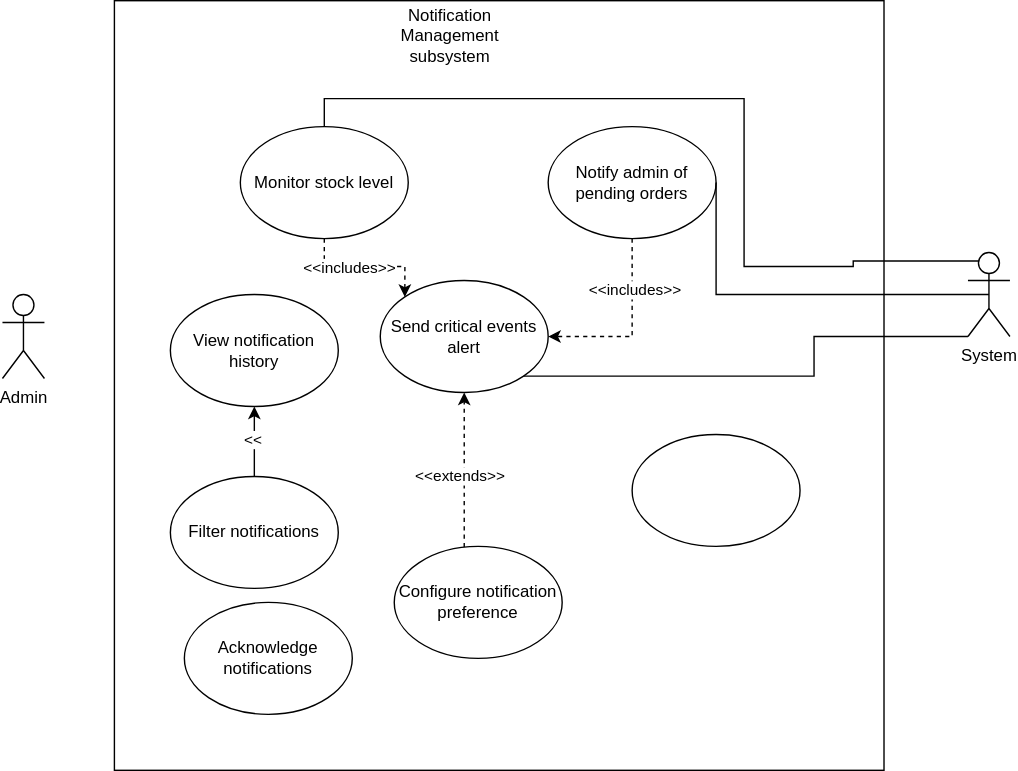
Simamkele88/IFM3_GP keeps this draw.io diagram as usecase1.svg. Above is the earlier version. Source tidied: cells renumbered, new cells last; positions are measured from the earlier drawing's top-left corner, leaving out a move shared by most shapes.
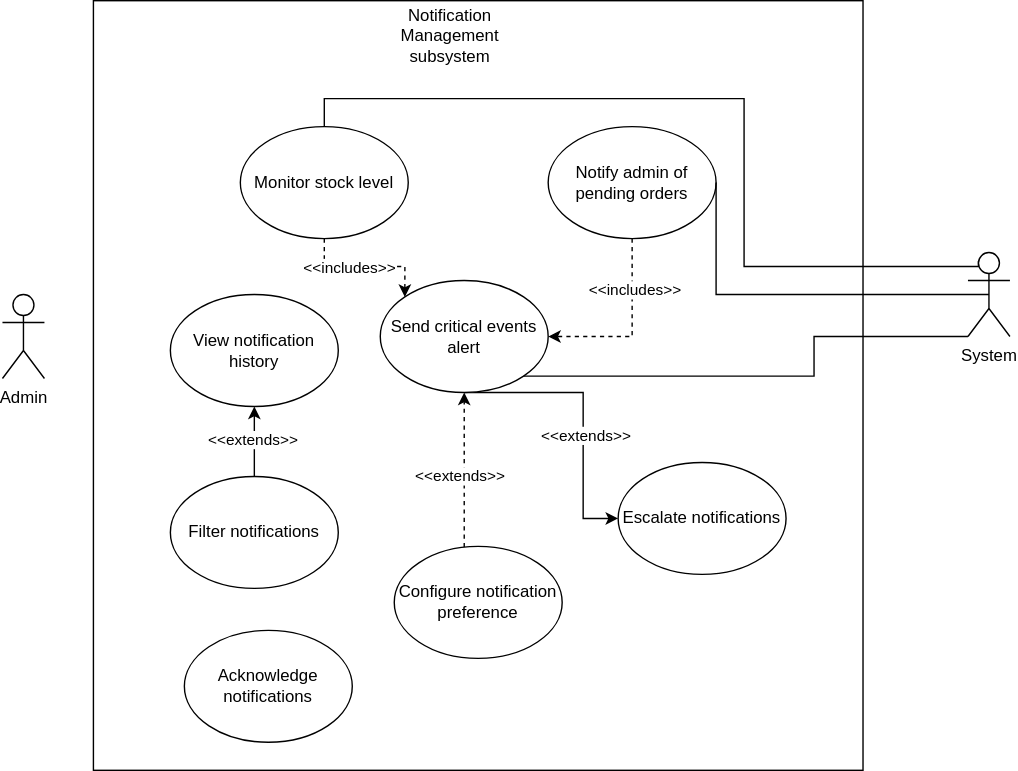
The same file after the commit.

Diff of the diagram source:
```diff
@@ -3,7 +3,7 @@
     <mxCell id="0" />
     <mxCell id="1" parent="0" />
     <mxCell id="2" style="whiteSpace=wrap;html=1;" parent="1" vertex="1">
-      <mxGeometry x="80" width="550" height="550" as="geometry" />
+      <mxGeometry x="65" width="550" height="550" as="geometry" />
     </mxCell>
     <mxCell id="3" value="Admin" style="shape=umlActor;verticalLabelPosition=bottom;verticalAlign=top;html=1;" parent="1" vertex="1">
       <mxGeometry y="210" width="30" height="60" as="geometry" />
@@ -42,6 +42,17 @@
     <mxCell id="12" value="View notification history" style="ellipse;whiteSpace=wrap;html=1;" parent="1" vertex="1">
       <mxGeometry x="120" y="210" width="120" height="80" as="geometry" />
     </mxCell>
+    <mxCell id="25" style="edgeStyle=orthogonalEdgeStyle;rounded=0;jettySize=auto;html=1;entryX=0;entryY=0.5;entryDx=0;entryDy=0;" parent="1" edge="1" source="13" target="21">
+      <mxGeometry relative="1" as="geometry">
+        <Array as="points">
+          <mxPoint x="415" y="280" />
+          <mxPoint x="415" y="370" />
+        </Array>
+      </mxGeometry>
+    </mxCell>
+    <mxCell id="26" value="&amp;lt;&amp;lt;extends&amp;gt;&amp;gt;" style="edgeLabel;html=1;align=center;verticalAlign=middle;" parent="25" vertex="1">
+      <mxGeometry x="0.15" y="1" relative="1" as="geometry" />
+    </mxCell>
     <mxCell id="13" value="Send critical events alert" style="ellipse;whiteSpace=wrap;html=1;" parent="1" vertex="1">
       <mxGeometry x="270" y="200" width="120" height="80" as="geometry" />
     </mxCell>
@@ -59,7 +70,7 @@
     <mxCell id="16" style="edgeStyle=orthogonalEdgeStyle;rounded=0;jettySize=auto;html=1;entryX=0.5;entryY=0;entryDx=0;entryDy=0;exitX=0.25;exitY=0.1;exitDx=0;exitDy=0;exitPerimeter=0;endArrow=none;startFill=0;" parent="1" edge="1" source="18" target="7">
       <mxGeometry relative="1" as="geometry">
         <Array as="points">
-          <mxPoint x="608" y="190" />
+          <mxPoint x="698" y="190" />
           <mxPoint x="530" y="190" />
           <mxPoint x="530" y="70" />
           <mxPoint x="230" y="70" />
@@ -85,15 +96,15 @@
       </mxGeometry>
     </mxCell>
     <mxCell id="20" value="Acknowledge notifications" style="ellipse;whiteSpace=wrap;html=1;" parent="1" vertex="1">
-      <mxGeometry x="130" y="430" width="120" height="80" as="geometry" />
+      <mxGeometry x="130" y="450" width="120" height="80" as="geometry" />
     </mxCell>
-    <mxCell id="21" style="ellipse;whiteSpace=wrap;html=1;" parent="1" vertex="1">
-      <mxGeometry x="450" y="310" width="120" height="80" as="geometry" />
+    <mxCell id="21" value="Escalate notifications" style="ellipse;whiteSpace=wrap;html=1;" parent="1" vertex="1">
+      <mxGeometry x="440" y="330" width="120" height="80" as="geometry" />
     </mxCell>
     <mxCell id="22" style="edgeStyle=orthogonalEdgeStyle;rounded=0;jettySize=auto;html=1;exitX=0.5;exitY=0;exitDx=0;exitDy=0;entryX=0.5;entryY=1;entryDx=0;entryDy=0;" parent="1" edge="1" source="24" target="12">
       <mxGeometry relative="1" as="geometry" />
     </mxCell>
-    <mxCell id="23" value="&amp;lt;&amp;lt;" style="edgeLabel;html=1;align=center;verticalAlign=middle;" parent="22" vertex="1">
+    <mxCell id="23" value="&amp;lt;&amp;lt;extends&amp;gt;&amp;gt;" style="edgeLabel;html=1;align=center;verticalAlign=middle;" parent="22" vertex="1">
       <mxGeometry x="0.08" y="2" relative="1" as="geometry" />
     </mxCell>
     <mxCell id="24" value="Filter notifications" style="ellipse;whiteSpace=wrap;html=1;" parent="1" vertex="1">
```
